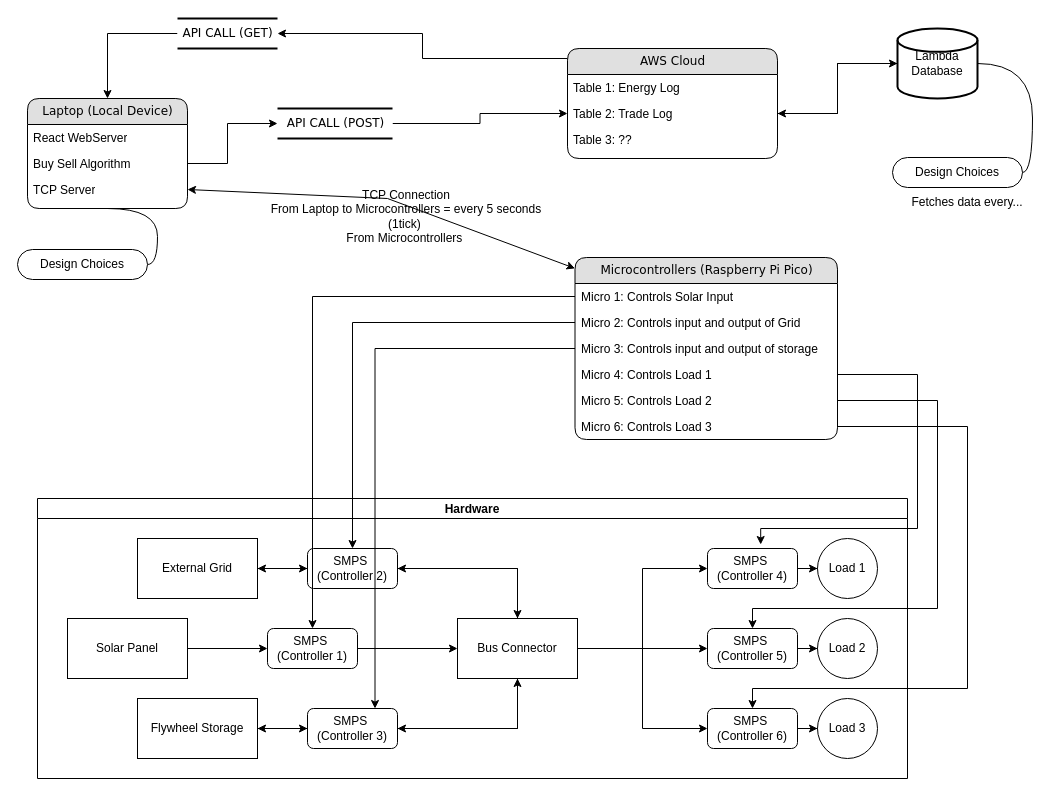
The draw.io diagram TopLevel.drawio in chinjyanson/SmartGrid, before the edit. Source tidied: cells renumbered, new cells numbered last; positions are measured from the earlier drawing's top-left corner, leaving out a move shared by most shapes. Both pictures are drawn from the tidied source at 100%, with x=0, y=0 at pixel (17, 18).
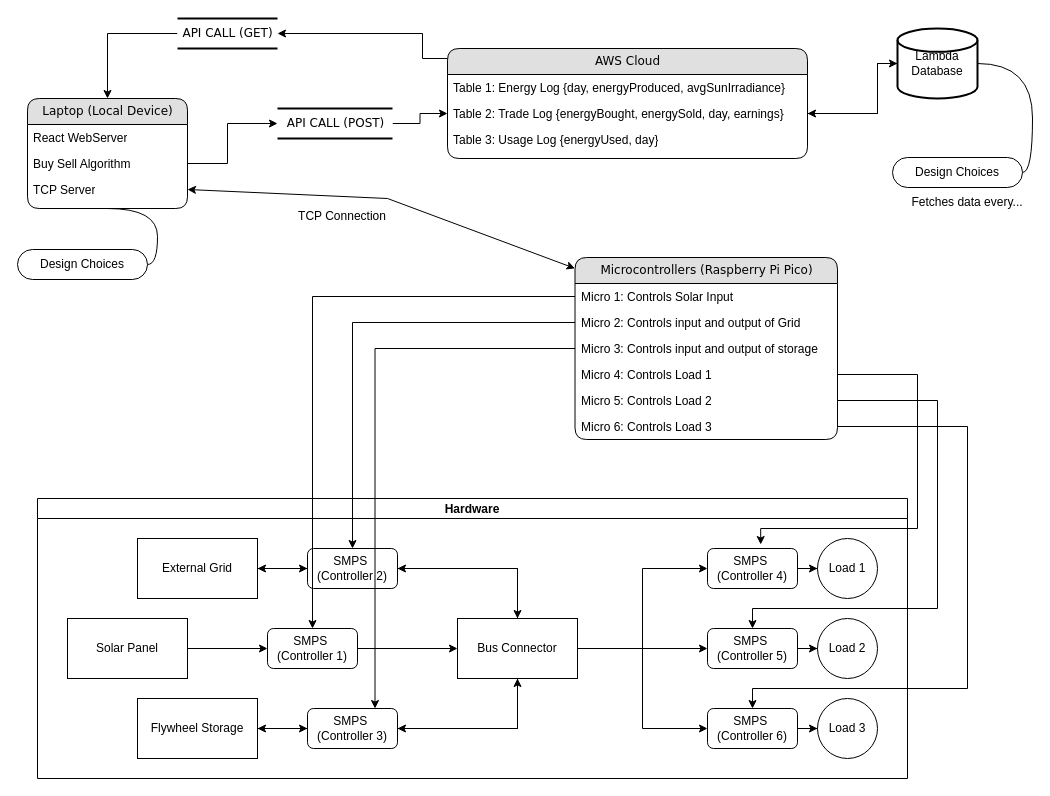
The same diagram, later.

Unchanged cells that the change refers to:
```xml
<mxCell id="52" value="Lambda Database" style="strokeWidth=2;html=1;shape=mxgraph.flowchart.database;whiteSpace=wrap;" parent="1" vertex="1">
  <mxGeometry x="880" y="10" width="80" height="70" as="geometry" />
</mxCell>
```

The edit, as a diff of the source:
```diff
@@
     <mxCell id="2" style="edgeStyle=orthogonalEdgeStyle;rounded=0;jettySize=auto;html=1;" parent="1" edge="1" source="4" target="52">
       <mxGeometry relative="1" as="geometry">
         <Array as="points">
-          <mxPoint x="820" y="95" />
-          <mxPoint x="820" y="45" />
+          <mxPoint x="860" y="95" />
+          <mxPoint x="860" y="45" />
         </Array>
       </mxGeometry>
     </mxCell>
@@
     <mxCell id="4" value="AWS Cloud" style="swimlane;html=1;fontStyle=0;horizontal=1;startSize=26;fillColor=#e0e0e0;swimlaneFillColor=#ffffff;align=center;rounded=1;shadow=0;comic=0;labelBackgroundColor=none;strokeWidth=1;fontFamily=Verdana;fontSize=12;" parent="1" vertex="1">
-      <mxGeometry x="550" y="30" width="210" height="110" as="geometry" />
+      <mxGeometry x="430" y="30" width="360" height="110" as="geometry" />
     </mxCell>
-    <mxCell id="5" value="Table 1: Energy Log" style="text;html=1;strokeColor=none;fillColor=none;spacingLeft=4;spacingRight=4;whiteSpace=wrap;overflow=hidden;" parent="4" vertex="1">
-      <mxGeometry y="26" width="210" height="26" as="geometry" />
+    <mxCell id="5" value="Table 1: Energy Log {day, energyProduced, avgSunIrradiance}" style="text;html=1;strokeColor=none;fillColor=none;spacingLeft=4;spacingRight=4;whiteSpace=wrap;overflow=hidden;" parent="4" vertex="1">
+      <mxGeometry y="26" width="360" height="26" as="geometry" />
     </mxCell>
-    <mxCell id="6" value="Table 2: Trade Log" style="text;html=1;strokeColor=none;fillColor=none;spacingLeft=4;spacingRight=4;whiteSpace=wrap;overflow=hidden;points=[[0,0.5],[1,0.5]];portConstraint=eastwest;" parent="4" vertex="1">
-      <mxGeometry y="52" width="210" height="26" as="geometry" />
+    <mxCell id="6" value="Table 2: Trade Log {energyBought, energySold, day, earnings}" style="text;html=1;strokeColor=none;fillColor=none;spacingLeft=4;spacingRight=4;whiteSpace=wrap;overflow=hidden;points=[[0,0.5],[1,0.5]];portConstraint=eastwest;" parent="4" vertex="1">
+      <mxGeometry y="52" width="360" height="26" as="geometry" />
     </mxCell>
-    <mxCell id="7" value="Table 3: ??" style="text;html=1;strokeColor=none;fillColor=none;spacingLeft=4;spacingRight=4;whiteSpace=wrap;overflow=hidden;" parent="4" vertex="1">
-      <mxGeometry y="78" width="210" height="26" as="geometry" />
+    <mxCell id="7" value="Table 3: Usage Log {energyUsed, day}" style="text;html=1;strokeColor=none;fillColor=none;spacingLeft=4;spacingRight=4;whiteSpace=wrap;overflow=hidden;" parent="4" vertex="1">
+      <mxGeometry y="78" width="360" height="26" as="geometry" />
     </mxCell>
@@
     <mxCell id="51" style="edgeStyle=orthogonalEdgeStyle;rounded=0;jettySize=auto;html=1;entryX=1;entryY=0.5;entryDx=0;entryDy=0;" parent="1" edge="1" source="52" target="6">
       <mxGeometry relative="1" as="geometry">
         <Array as="points">
-          <mxPoint x="820" y="45" />
-          <mxPoint x="820" y="95" />
+          <mxPoint x="860" y="45" />
+          <mxPoint x="860" y="95" />
         </Array>
       </mxGeometry>
     </mxCell>
@@
-    <mxCell id="53" value="TCP Connection&lt;div&gt;From Laptop to Microcontrollers = every 5 seconds (1tick)&amp;nbsp;&lt;br&gt;From Microcontrollers&amp;nbsp;&lt;/div&gt;" style="text;html=1;align=center;verticalAlign=middle;whiteSpace=wrap;rounded=0;" parent="1" vertex="1">
-      <mxGeometry x="250" y="164" width="277.5" height="67" as="geometry" />
+    <mxCell id="53" value="TCP Connection" style="text;html=1;align=center;verticalAlign=middle;whiteSpace=wrap;rounded=0;" parent="1" vertex="1">
+      <mxGeometry x="260" y="180" width="130" height="36" as="geometry" />
     </mxCell>
```
